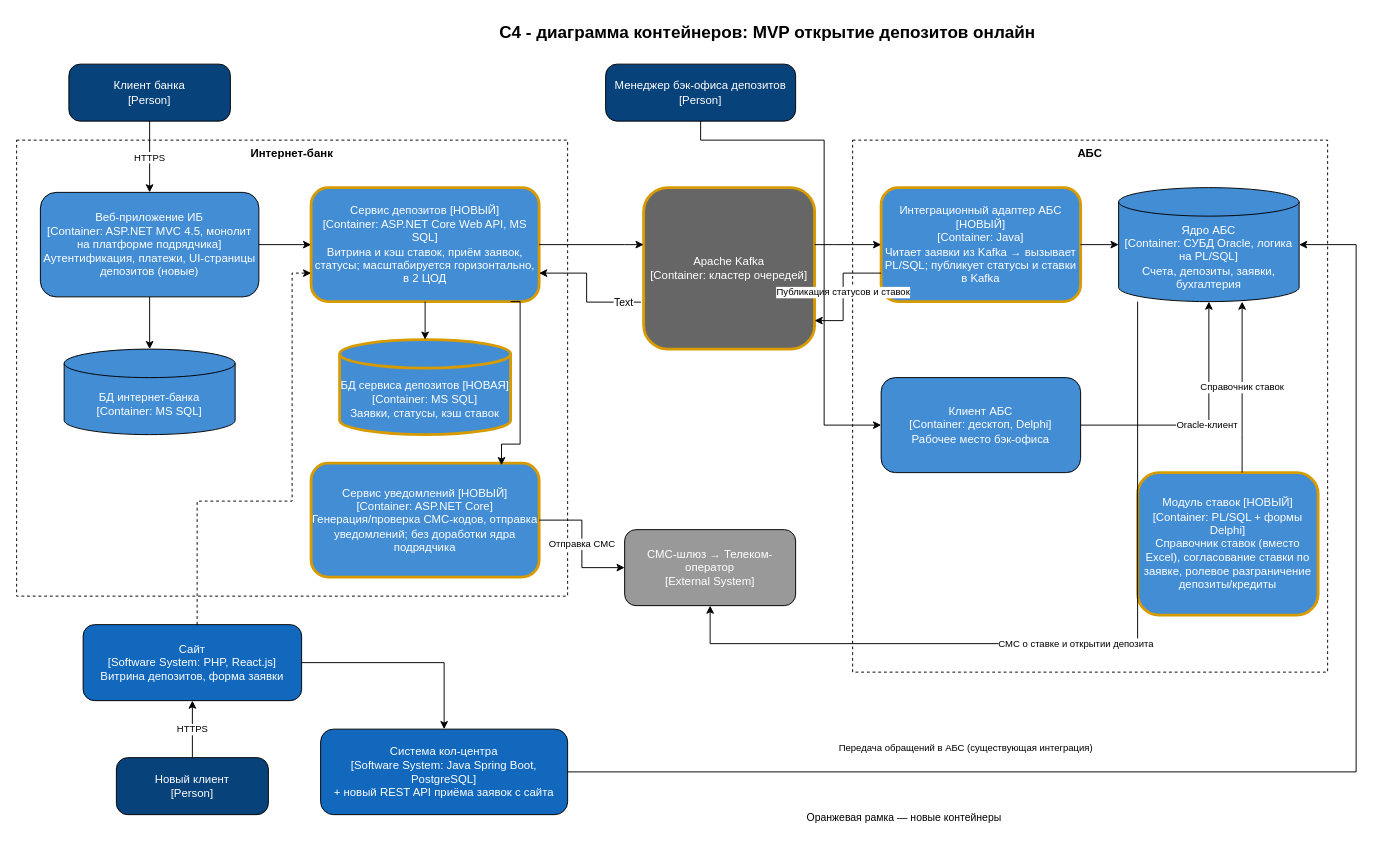
This is Task3/deposits-mvp-c4-containers.drawio from agr333221/architecture-pro-standart, a draw.io file, before an edit. Source tidied: cells renumbered, new cells numbered last; positions are measured from the earlier drawing's top-left corner, leaving out a move shared by most shapes. Both pictures are drawn from the tidied source at 95%, with x=0, y=0 at pixel (16, 16).
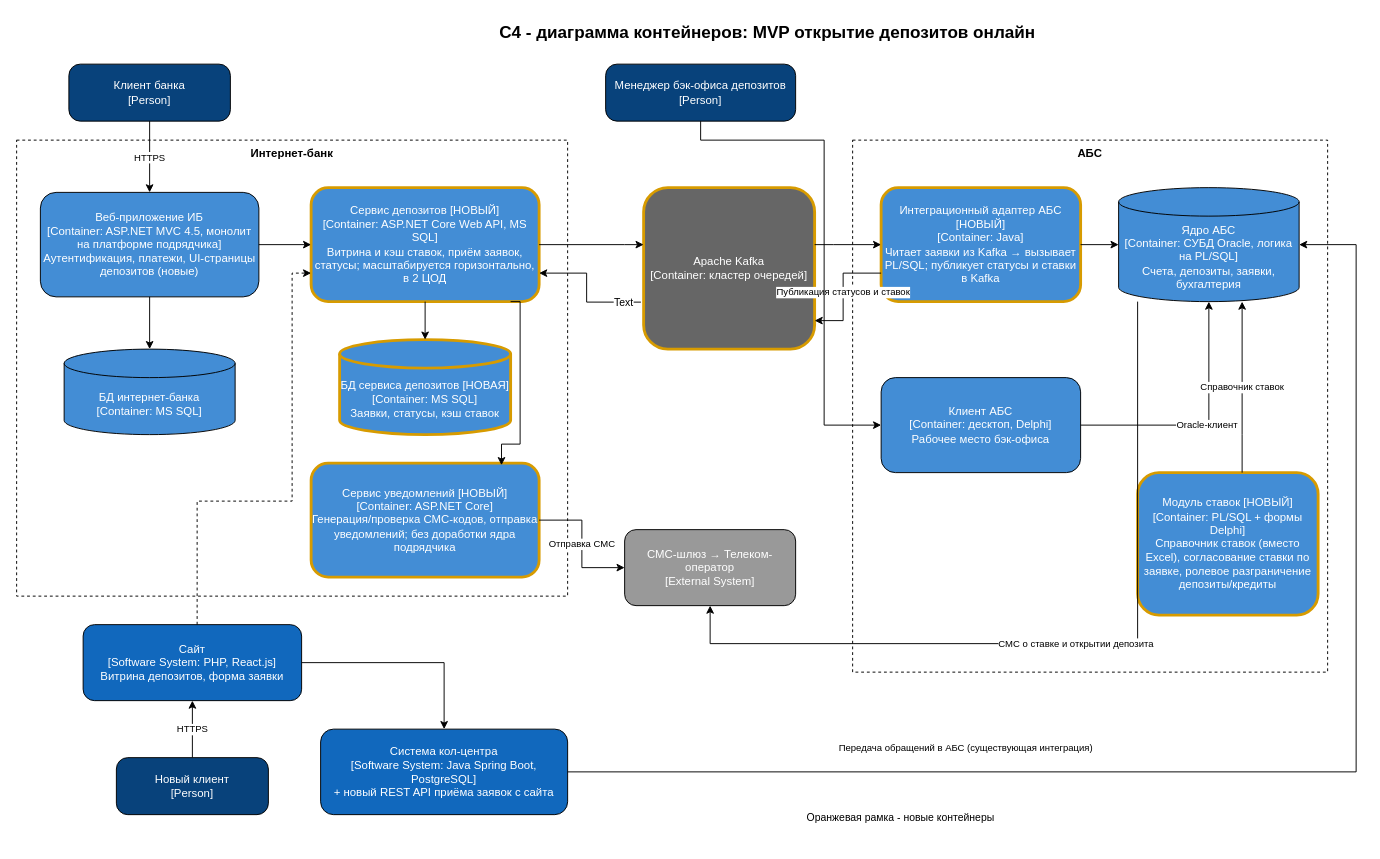
Above is the later version.

The edit, as a diff of the source:
```diff
@@
-    <mxCell id="41" value="Оранжевая рамка — новые контейнеры&lt;div&gt;&lt;br&gt;&lt;/div&gt;" style="text;html=1;align=left;verticalAlign=top;fontSize=11;" parent="1" vertex="1">
+    <mxCell id="41" value="Оранжевая рамка - новые контейнеры&lt;div&gt;&lt;br&gt;&lt;/div&gt;" style="text;html=1;align=left;verticalAlign=top;fontSize=11;" parent="1" vertex="1">
       <mxGeometry x="830" y="830" width="400" height="40" as="geometry" />
     </mxCell>
```
